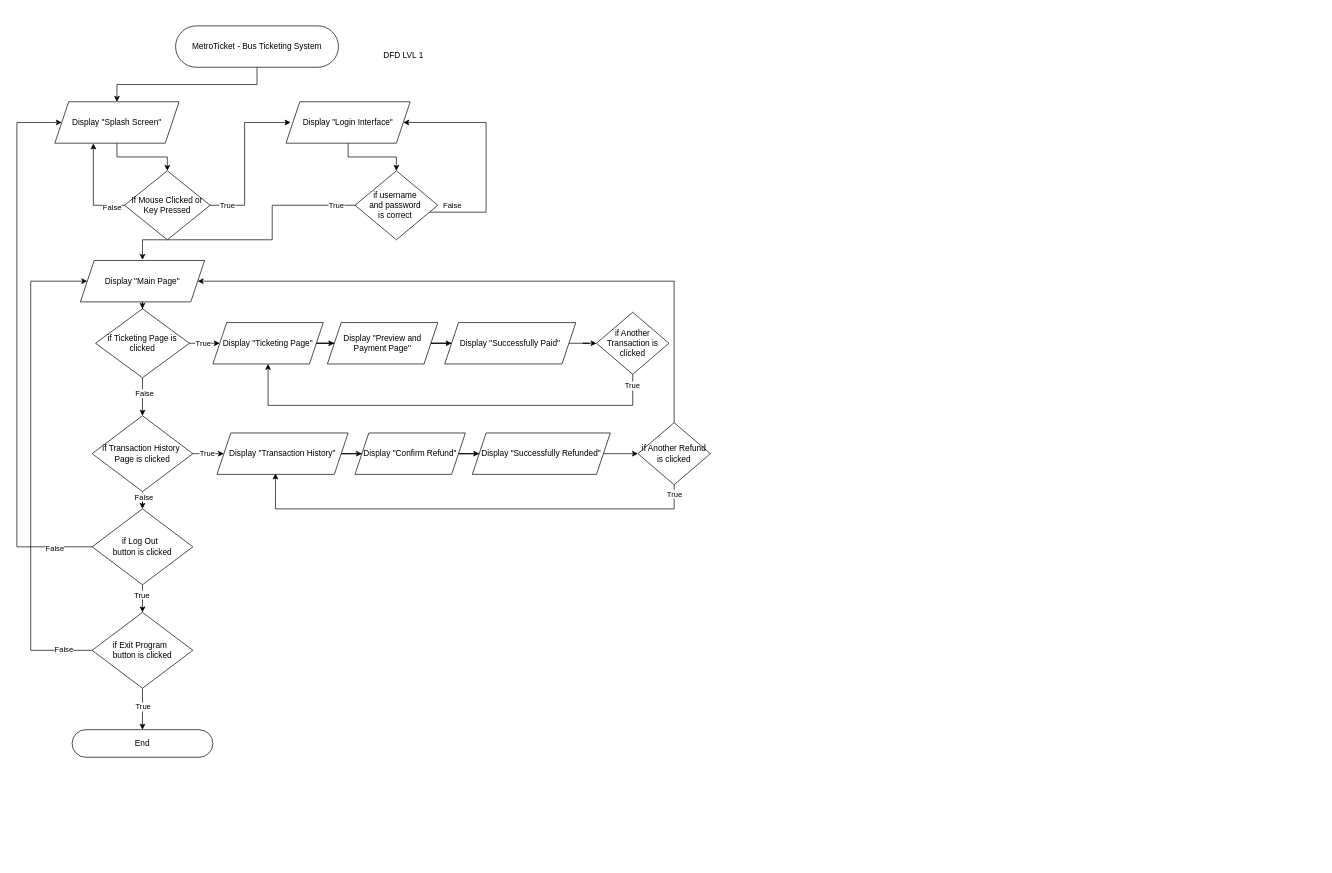
This is Documenation/Bus Ticketing System.drawio from kenny2125/CC103-PROJECT-PROPOSAL, a draw.io file, before an edit. Source tidied: cells renumbered, new cells numbered last; positions are measured from the earlier drawing's top-left corner, leaving out a move shared by most shapes. Both pictures are drawn from the tidied source at 69%, with x=0, y=0 at pixel (17, 26).
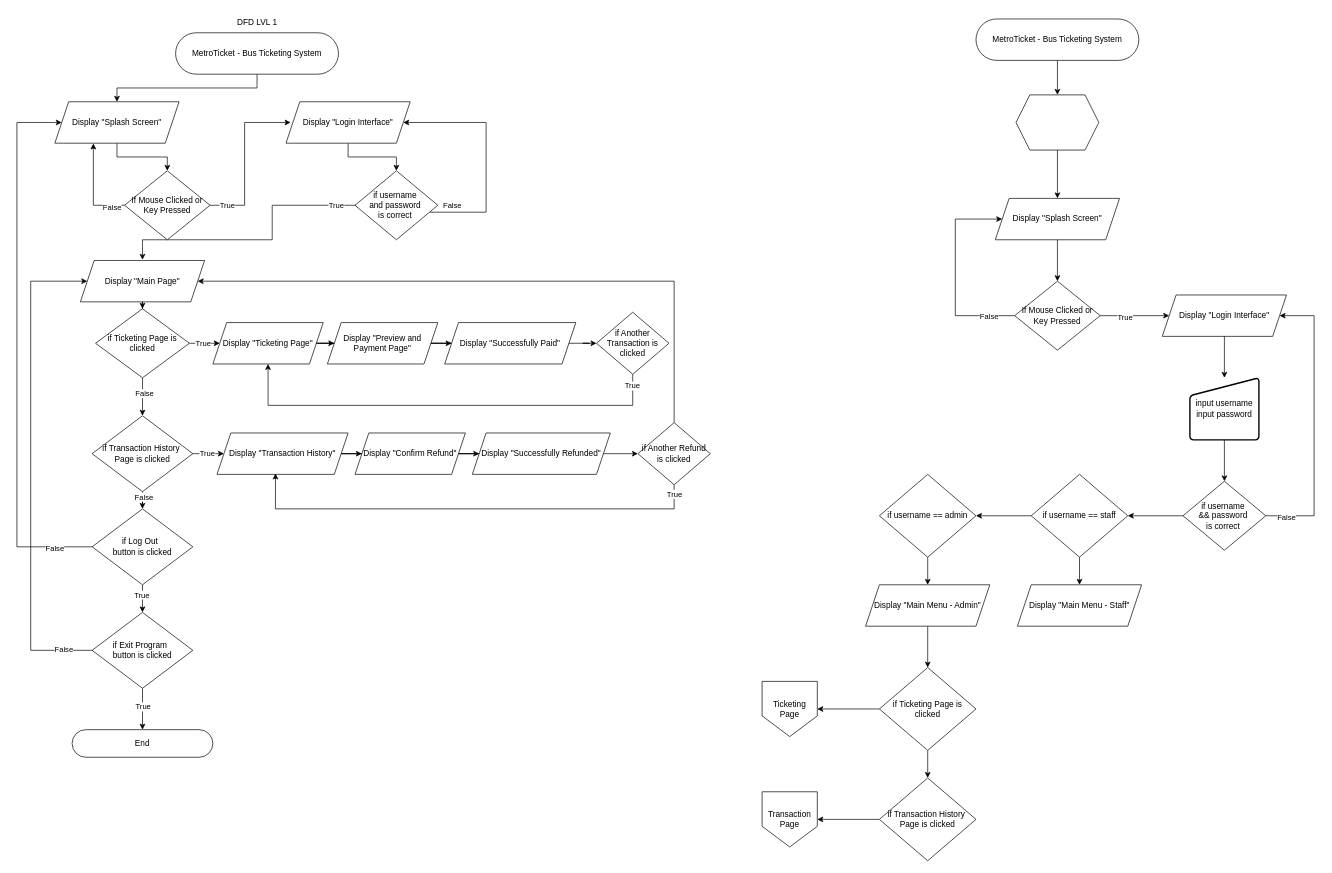
Above is the later version.

What changed in the source:
```diff
@@
     <mxCell id="3" value="&lt;span class=&quot;OYPEnA text-decoration-none text-strikethrough-none&quot;&gt;MetroTicket -&amp;nbsp;&lt;/span&gt;Bus Ticketing System" style="rounded=1;whiteSpace=wrap;html=1;fontSize=12;glass=0;strokeWidth=1;shadow=0;arcSize=50;" parent="1" vertex="1">
-      <mxGeometry x="230" width="236" height="60" as="geometry" />
+      <mxGeometry x="230" y="10" width="236" height="60" as="geometry" />
     </mxCell>
@@
     <mxCell id="60" value="DFD LVL 1" style="text;html=1;align=center;verticalAlign=middle;strokeColor=none;fillColor=none;" parent="1" vertex="1">
-      <mxGeometry x="520" y="28" width="80" height="30" as="geometry" />
+      <mxGeometry x="308" y="-20" width="80" height="30" as="geometry" />
     </mxCell>
+    <mxCell id="61" style="edgeStyle=orthogonalEdgeStyle;rounded=0;jettySize=auto;html=1;entryX=0.5;entryY=0;entryDx=0;entryDy=0;" parent="1" edge="1" source="62" target="64">
+      <mxGeometry relative="1" as="geometry" />
+    </mxCell>
+    <mxCell id="62" value="&lt;span class=&quot;OYPEnA text-decoration-none text-strikethrough-none&quot;&gt;MetroTicket -&amp;nbsp;&lt;/span&gt;Bus Ticketing System" style="rounded=1;whiteSpace=wrap;html=1;fontSize=12;glass=0;strokeWidth=1;shadow=0;arcSize=50;" parent="1" vertex="1">
+      <mxGeometry x="1390" y="-10" width="236" height="60" as="geometry" />
+    </mxCell>
+    <mxCell id="63" style="edgeStyle=orthogonalEdgeStyle;rounded=0;jettySize=auto;html=1;entryX=0.5;entryY=0;entryDx=0;entryDy=0;" parent="1" edge="1" source="64" target="66">
+      <mxGeometry relative="1" as="geometry" />
+    </mxCell>
+    <mxCell id="64" style="shape=hexagon;perimeter=hexagonPerimeter2;whiteSpace=wrap;html=1;fixedSize=1;" parent="1" vertex="1">
+      <mxGeometry x="1448" y="100" width="120" height="80" as="geometry" />
+    </mxCell>
+    <mxCell id="65" style="edgeStyle=orthogonalEdgeStyle;rounded=0;jettySize=auto;html=1;entryX=0.5;entryY=0;entryDx=0;entryDy=0;" parent="1" edge="1" source="66" target="71">
+      <mxGeometry relative="1" as="geometry" />
+    </mxCell>
+    <mxCell id="66" value="Display &quot;Splash Screen&quot;" style="shape=parallelogram;perimeter=parallelogramPerimeter;whiteSpace=wrap;html=1;fixedSize=1;" parent="1" vertex="1">
+      <mxGeometry x="1418" y="250" width="180" height="60" as="geometry" />
+    </mxCell>
+    <mxCell id="67" style="edgeStyle=orthogonalEdgeStyle;rounded=0;jettySize=auto;html=1;entryX=0;entryY=0.5;entryDx=0;entryDy=0;" parent="1" edge="1" source="71" target="66">
+      <mxGeometry relative="1" as="geometry">
+        <Array as="points">
+          <mxPoint x="1360" y="420" />
+          <mxPoint x="1360" y="280" />
+        </Array>
+      </mxGeometry>
+    </mxCell>
+    <mxCell id="68" value="False" style="edgeLabel;html=1;align=center;verticalAlign=middle;" parent="67" vertex="1">
+      <mxGeometry x="-0.74" relative="1" as="geometry" />
+    </mxCell>
+    <mxCell id="69" style="edgeStyle=orthogonalEdgeStyle;rounded=0;jettySize=auto;html=1;" parent="1" edge="1" source="71" target="73">
+      <mxGeometry relative="1" as="geometry" />
+    </mxCell>
+    <mxCell id="70" value="True" style="edgeLabel;html=1;align=center;verticalAlign=middle;" parent="69" vertex="1">
+      <mxGeometry x="-0.31" y="-2" relative="1" as="geometry" />
+    </mxCell>
+    <mxCell id="71" value="If Mouse Clicked or Key Pressed" style="rhombus;whiteSpace=wrap;html=1;" parent="1" vertex="1">
+      <mxGeometry x="1446" y="370" width="124" height="100" as="geometry" />
+    </mxCell>
+    <mxCell id="72" style="edgeStyle=orthogonalEdgeStyle;rounded=0;jettySize=auto;html=1;entryX=0.5;entryY=0;entryDx=0;entryDy=0;" parent="1" edge="1" source="79" target="77">
+      <mxGeometry relative="1" as="geometry" />
+    </mxCell>
+    <mxCell id="73" value="Display &quot;Login Interface&quot;" style="shape=parallelogram;perimeter=parallelogramPerimeter;whiteSpace=wrap;html=1;fixedSize=1;" parent="1" vertex="1">
+      <mxGeometry x="1660" y="390" width="180" height="60" as="geometry" />
+    </mxCell>
+    <mxCell id="74" style="edgeStyle=orthogonalEdgeStyle;rounded=0;jettySize=auto;html=1;entryX=1;entryY=0.5;entryDx=0;entryDy=0;exitX=1;exitY=0.5;exitDx=0;exitDy=0;" parent="1" edge="1" source="77" target="73">
+      <mxGeometry relative="1" as="geometry">
+        <Array as="points">
+          <mxPoint x="1880" y="710" />
+          <mxPoint x="1880" y="420" />
+        </Array>
+      </mxGeometry>
+    </mxCell>
+    <mxCell id="75" value="False" style="edgeLabel;html=1;align=center;verticalAlign=middle;" parent="74" vertex="1">
+      <mxGeometry x="-0.86" y="-1" relative="1" as="geometry" />
+    </mxCell>
+    <mxCell id="76" style="edgeStyle=orthogonalEdgeStyle;rounded=0;jettySize=auto;html=1;" parent="1" edge="1" source="77" target="82">
+      <mxGeometry relative="1" as="geometry" />
+    </mxCell>
+    <mxCell id="77" value="if username&amp;nbsp;&lt;div&gt;&amp;amp;&amp;amp; password&amp;nbsp;&lt;/div&gt;&lt;div&gt;is correct&amp;nbsp;&lt;/div&gt;" style="rhombus;whiteSpace=wrap;html=1;" parent="1" vertex="1">
+      <mxGeometry x="1690" y="660" width="120" height="100" as="geometry" />
+    </mxCell>
+    <mxCell id="78" style="edgeStyle=orthogonalEdgeStyle;rounded=0;jettySize=auto;html=1;entryX=0.5;entryY=0;entryDx=0;entryDy=0;" parent="1" edge="1" source="73" target="79">
+      <mxGeometry relative="1" as="geometry" />
+    </mxCell>
+    <mxCell id="79" value="input username&lt;div&gt;input password&lt;/div&gt;" style="html=1;strokeWidth=2;shape=manualInput;whiteSpace=wrap;rounded=1;size=26;arcSize=11;" parent="1" vertex="1">
+      <mxGeometry x="1700" y="510" width="100" height="90" as="geometry" />
+    </mxCell>
+    <mxCell id="80" style="edgeStyle=orthogonalEdgeStyle;rounded=0;jettySize=auto;html=1;entryX=1;entryY=0.5;entryDx=0;entryDy=0;" parent="1" edge="1" source="82" target="84">
+      <mxGeometry relative="1" as="geometry" />
+    </mxCell>
+    <mxCell id="81" style="edgeStyle=orthogonalEdgeStyle;rounded=0;jettySize=auto;html=1;" parent="1" edge="1" source="82" target="85">
+      <mxGeometry relative="1" as="geometry" />
+    </mxCell>
+    <mxCell id="82" value="if username == staff" style="rhombus;whiteSpace=wrap;html=1;" parent="1" vertex="1">
+      <mxGeometry x="1470" y="650" width="140" height="120" as="geometry" />
+    </mxCell>
+    <mxCell id="83" style="edgeStyle=orthogonalEdgeStyle;rounded=0;jettySize=auto;html=1;entryX=0.5;entryY=0;entryDx=0;entryDy=0;" parent="1" edge="1" source="84" target="87">
+      <mxGeometry relative="1" as="geometry" />
+    </mxCell>
+    <mxCell id="84" value="if username == admin" style="rhombus;whiteSpace=wrap;html=1;" parent="1" vertex="1">
+      <mxGeometry x="1250" y="650" width="140" height="120" as="geometry" />
+    </mxCell>
+    <mxCell id="85" value="Display &quot;Main Menu - Staff&quot;" style="shape=parallelogram;perimeter=parallelogramPerimeter;whiteSpace=wrap;html=1;fixedSize=1;" parent="1" vertex="1">
+      <mxGeometry x="1450" y="810" width="180" height="60" as="geometry" />
+    </mxCell>
+    <mxCell id="86" style="edgeStyle=orthogonalEdgeStyle;rounded=0;jettySize=auto;html=1;" parent="1" edge="1" source="87" target="91">
+      <mxGeometry relative="1" as="geometry" />
+    </mxCell>
+    <mxCell id="87" value="Display &quot;Main Menu - Admin&quot;" style="shape=parallelogram;perimeter=parallelogramPerimeter;whiteSpace=wrap;html=1;fixedSize=1;" parent="1" vertex="1">
+      <mxGeometry x="1230" y="810" width="180" height="60" as="geometry" />
+    </mxCell>
+    <mxCell id="88" value="Ticketing Page" style="shape=offPageConnector;whiteSpace=wrap;html=1;" parent="1" vertex="1">
+      <mxGeometry x="1080" y="950" width="80" height="80" as="geometry" />
+    </mxCell>
+    <mxCell id="89" style="edgeStyle=orthogonalEdgeStyle;rounded=0;jettySize=auto;html=1;entryX=1;entryY=0.5;entryDx=0;entryDy=0;" parent="1" edge="1" source="91" target="88">
+      <mxGeometry relative="1" as="geometry" />
+    </mxCell>
+    <mxCell id="90" style="edgeStyle=orthogonalEdgeStyle;rounded=0;jettySize=auto;html=1;entryX=0.5;entryY=0;entryDx=0;entryDy=0;" parent="1" edge="1" source="91" target="94">
+      <mxGeometry relative="1" as="geometry" />
+    </mxCell>
+    <mxCell id="91" value="if Ticketing Page is clicked" style="rhombus;whiteSpace=wrap;html=1;" parent="1" vertex="1">
+      <mxGeometry x="1250" y="930" width="140" height="120" as="geometry" />
+    </mxCell>
+    <mxCell id="92" value="Transaction Page" style="shape=offPageConnector;whiteSpace=wrap;html=1;" parent="1" vertex="1">
+      <mxGeometry x="1080" y="1110" width="80" height="80" as="geometry" />
+    </mxCell>
+    <mxCell id="93" style="edgeStyle=orthogonalEdgeStyle;rounded=0;jettySize=auto;html=1;" parent="1" edge="1" source="94" target="92">
+      <mxGeometry relative="1" as="geometry" />
+    </mxCell>
+    <mxCell id="94" value="if Transaction History&amp;nbsp;&lt;div&gt;Page is clicked&lt;/div&gt;" style="rhombus;whiteSpace=wrap;html=1;" parent="1" vertex="1">
+      <mxGeometry x="1250" y="1090" width="140" height="120" as="geometry" />
+    </mxCell>
```
